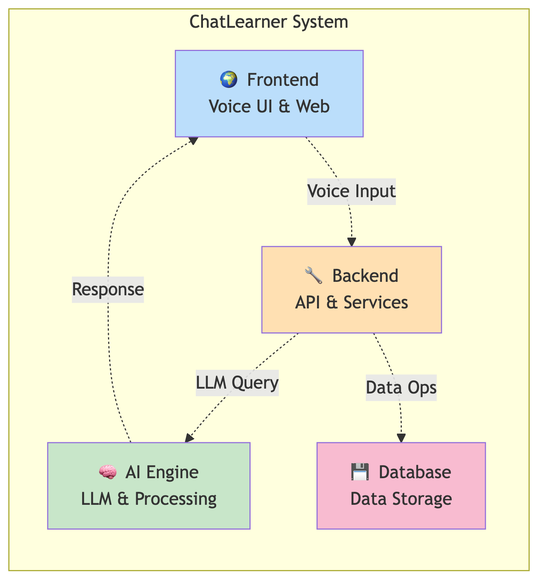
This is figures/02_structure/level_0/sysml-bdd-00-overview.png from AzamkhonKh/ai_sla_vr, a Mermaid export, as it was before one commit. Its source is kept beside it as figures/02_structure/level_0/sysml-bdd-00-overview.mmd. Its diagram source:
```mermaid
graph TB
    subgraph "ChatLearner System"
        direction TB
        A["🌍 Frontend<br/>Voice UI & Web"]
        B["🔧 Backend<br/>API & Services"]
        C["🧠 AI Engine<br/>LLM & Processing"]
        D["💾 Database<br/>Data Storage"]
    end

    A -.->|Voice Input| B
    B -.->|LLM Query| C
    B -.->|Data Ops| D
    C -.->|Response| A

    style A fill:#bbdefb
    style B fill:#ffe0b2
    style C fill:#c8e6c9
    style D fill:#f8bbd0
```
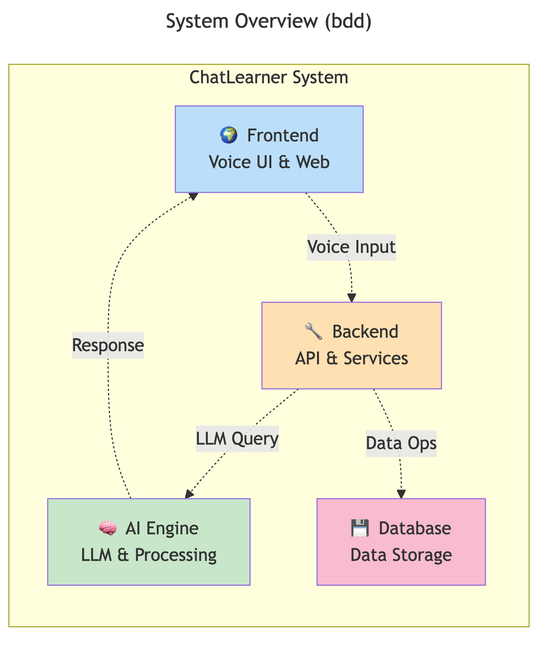
The same file after the commit.

The edit, as a diff of the source:
```diff
@@ -1,3 +1,6 @@
+---
+title: System Overview (bdd)
+---
 graph TB
     subgraph "ChatLearner System"
         direction TB
```
